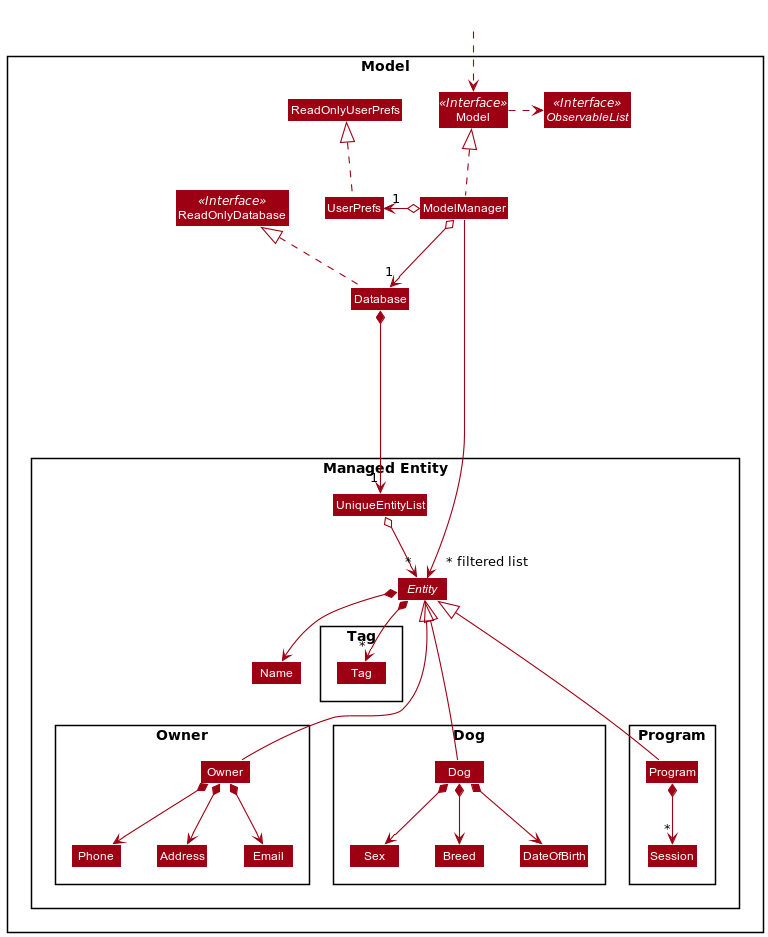
Above: docs/images/ModelClassDiagram.png in nus-cs2103-AY2021S2/tp (PlantUML), before the change.
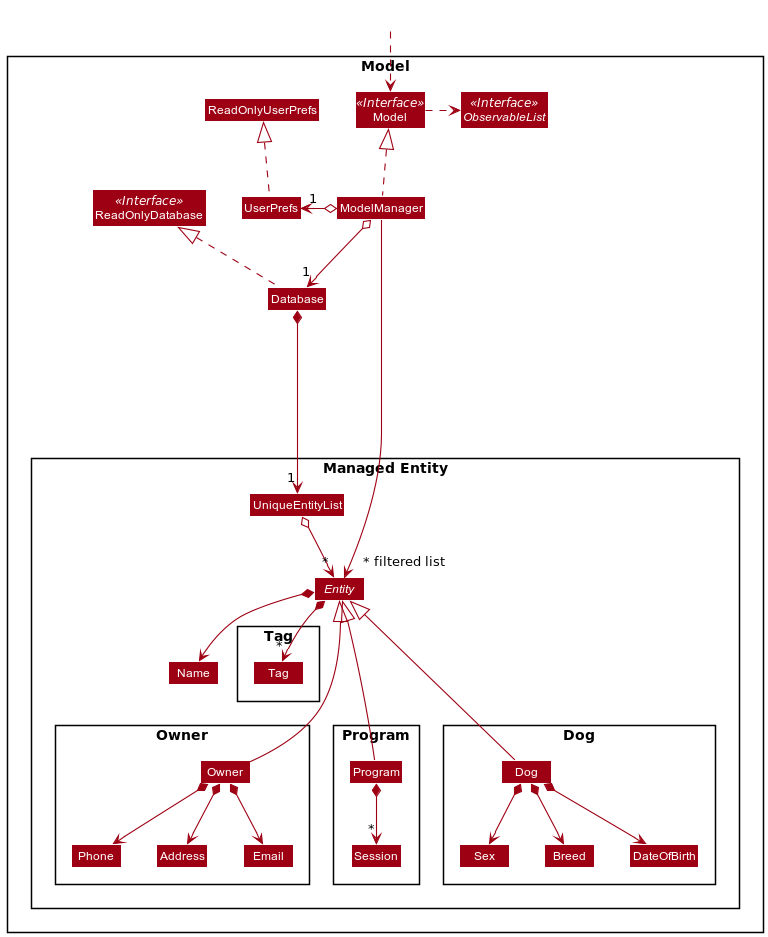
The same diagram one commit later.

Commit message:
DG: Improve arrow curves in Model class diagram

Diff of the diagram source:
```diff
@@ -19,7 +19,9 @@
 Class UniqueEntityList
 abstract Class Entity
 Class Name
-
+Package Tag {
+Class Tag
+}
 
 Package Owner {
 Class Owner
@@ -28,20 +30,16 @@
 Class Phone
 }
 
+Package Program {
+Class Program
+Class Session
+}
+
 Package Dog {
 Class Dog
 Class Breed
 Class DateOfBirth
 Class Sex
-}
-
-Package Program {
-Class Program
-Class Session
-}
-
-Package Tag {
-Class Tag
 }
 
 }
```
